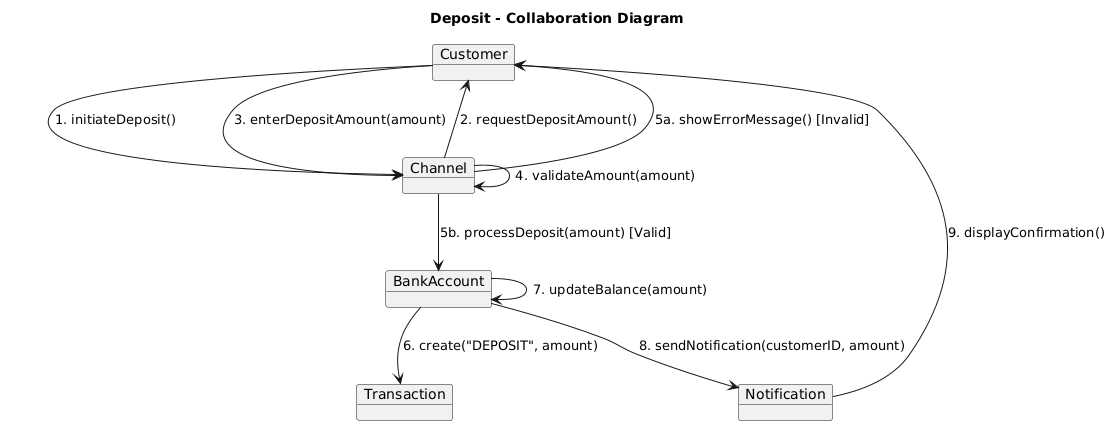
Before: Diagrams/Collaboration Diagrams/BS_TM_01.png, a diagram exported from PlantUML (erindkotobelli12/BankManagementSystem).
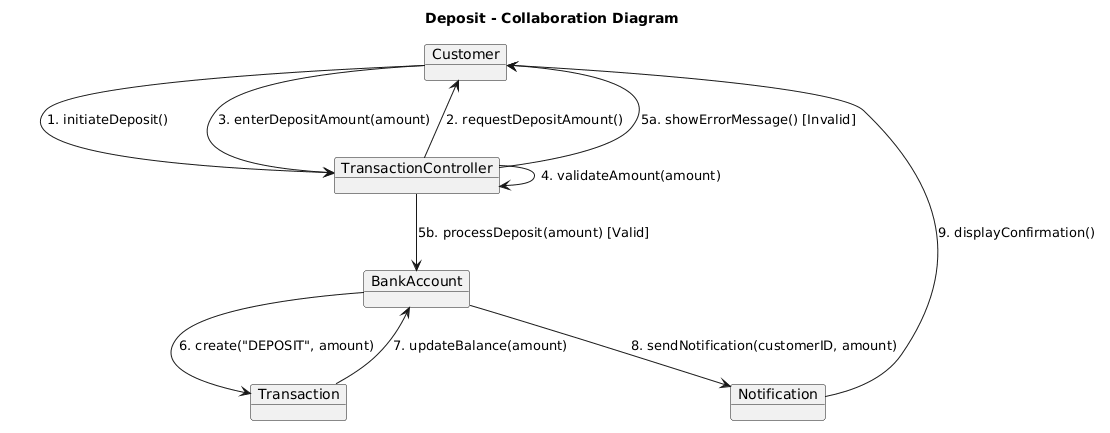
Later version of the same file.

Diff of the diagram source:
```diff
@@ -2,19 +2,21 @@
 title Deposit - Collaboration Diagram
 
 object Customer
-object Channel
+object TransactionController
 object BankAccount
 object Transaction
 object Notification
 
-Customer --> Channel : 1. initiateDeposit()
-Channel --> Customer : 2. requestDepositAmount()
-Customer --> Channel : 3. enterDepositAmount(amount)
-Channel --> Channel : 4. validateAmount(amount)
-Channel --> Customer : 5a. showErrorMessage() [Invalid]
-Channel --> BankAccount : 5b. processDeposit(amount) [Valid]
+Customer --> TransactionController : 1. initiateDeposit()
+TransactionController --> Customer : 2. requestDepositAmount()
+Customer --> TransactionController : 3. enterDepositAmount(amount)
+TransactionController --> TransactionController : 4. validateAmount(amount)
+
+TransactionController --> Customer : 5a. showErrorMessage() [Invalid]
+TransactionController --> BankAccount : 5b. processDeposit(amount) [Valid]
+
 BankAccount --> Transaction : 6. create("DEPOSIT", amount)
-BankAccount --> BankAccount : 7. updateBalance(amount)
+Transaction --> BankAccount : 7. updateBalance(amount)
 BankAccount --> Notification : 8. sendNotification(customerID, amount)
 Notification --> Customer : 9. displayConfirmation()
 @enduml
```
